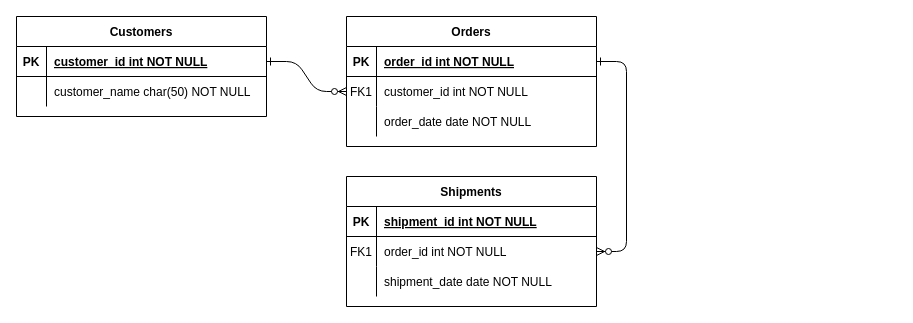
The draw.io diagram Gifts.drawio in Pib0di/diagramms, before the edit. Source tidied: cells renumbered, new cells numbered last; positions are measured from the earlier drawing's top-left corner, leaving out a move shared by most shapes. Both pictures are drawn from the tidied source at 100%, with x=0, y=0 at pixel (16, 16).
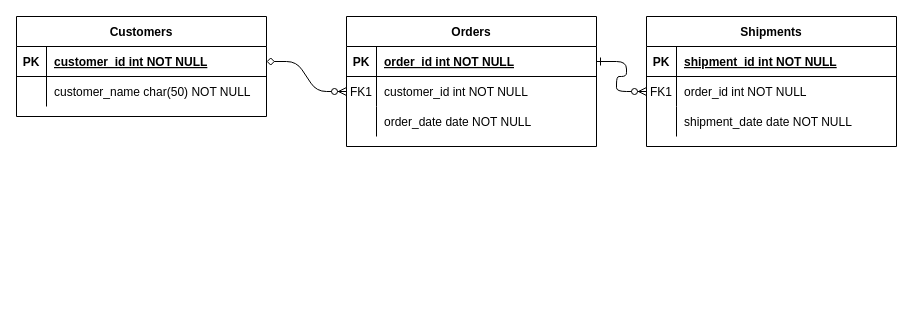
The same diagram, later.

Unchanged cells that the change refers to:
```xml
<mxCell id="8" style="shape=partialRectangle;fillColor=none;points=[[0,0.5],[1,0.5]];portConstraint=eastwest;top=0;left=0;right=0;bottom=0;" parent="4" vertex="1">
  <mxGeometry y="60" width="250" height="30" as="geometry" />
</mxCell>
<mxCell id="25" style="shape=partialRectangle;fillColor=none;points=[[0,0.5],[1,0.5]];portConstraint=eastwest;top=0;left=0;right=0;bottom=1;" parent="24" vertex="1">
  <mxGeometry y="30" width="250" height="30" as="geometry" />
</mxCell>
```

Change to the diagram source:
```diff
@@
-    <mxCell id="2" style="edgeStyle=entityRelationEdgeStyle;endArrow=ERzeroToMany;startArrow=ERone;endFill=1;startFill=0;" parent="1" edge="1" source="25" target="8">
+    <mxCell id="2" style="edgeStyle=entityRelationEdgeStyle;endArrow=ERzeroToMany;startArrow=diamond;endFill=1;startFill=0;" parent="1" edge="1" source="25" target="8">
       <mxGeometry relative="1" as="geometry" />
     </mxCell>
@@
     <mxCell id="14" value="Shipments" style="shape=table;startSize=30;childLayout=tableLayout;rowLines=0;fontStyle=1;align=center;" parent="1" vertex="1">
-      <mxGeometry x="330" y="160" width="250" height="130" as="geometry" />
+      <mxGeometry x="630" width="250" height="130" as="geometry" />
     </mxCell>
```
